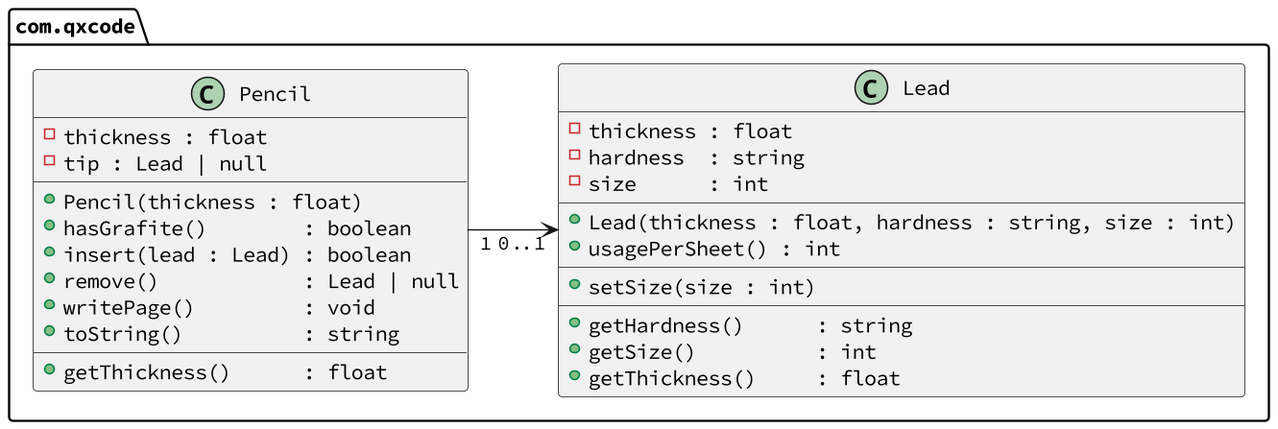
The PlantUML diagram base/004/diagrama.png in qxcodepoo/arcade, before a commit.
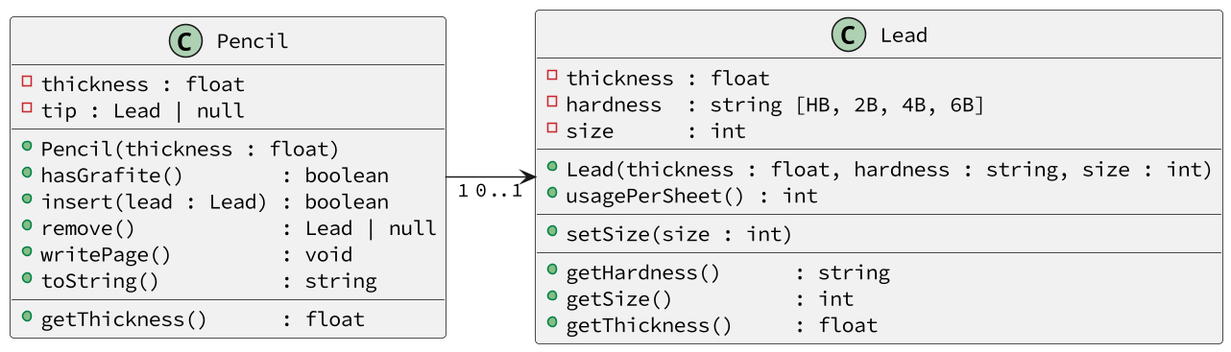
Later version of the same file.

Change to the diagram source:
```diff
@@ -2,35 +2,35 @@
 skinparam defaultFontName Hasklig
 skinparam dpi 150
 left to right direction
-package com.qxcode {
-  class Lead {
-    - thickness : float
-    - hardness  : string
-    - size      : int
-    __
-    + Lead(thickness : float, hardness : string, size : int)
-    + usagePerSheet() : int
-    __
-    + setSize(size : int)
-    __
-    + getHardness()      : string
-    + getSize()          : int
-    + getThickness()     : float
-  }
 
-  class Pencil {
-    - thickness : float
-    - tip : Lead | null
-    __
-    + Pencil(thickness : float)
-    + hasGrafite()        : boolean
-    + insert(lead : Lead) : boolean
-    + remove()            : Lead | null
-    + writePage()         : void
-    + toString()          : string
-    __
-    + getThickness()      : float
-  }
+class Lead {
+  - thickness : float
+  - hardness  : string [HB, 2B, 4B, 6B]
+  - size      : int
+  __
+  + Lead(thickness : float, hardness : string, size : int)
+  + usagePerSheet() : int
+  __
+  + setSize(size : int)
+  __
+  + getHardness()      : string
+  + getSize()          : int
+  + getThickness()     : float
 }
+
+class Pencil {
+  - thickness : float
+  - tip : Lead | null
+  __
+  + Pencil(thickness : float)
+  + hasGrafite()        : boolean
+  + insert(lead : Lead) : boolean
+  + remove()            : Lead | null
+  + writePage()         : void
+  + toString()          : string
+  __
+  + getThickness()      : float
+}
+
 Pencil "1" --> "0..1" Lead
 @enduml
```
